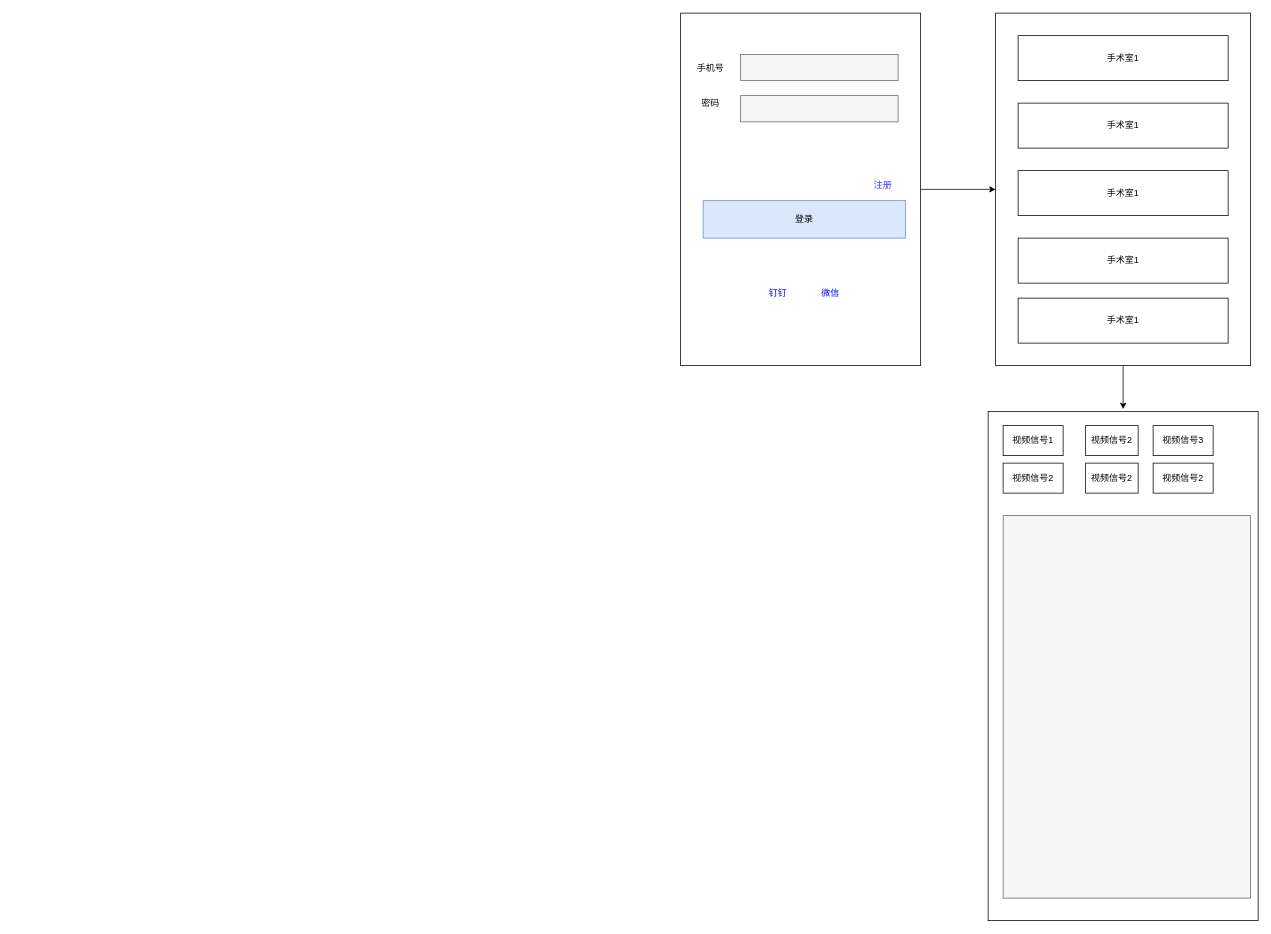
The draw.io diagram page "七牛云" (14 of 14) of Untitled Diagram.drawio in Easy119/box, before the edit. Source tidied: cells renumbered, new cells numbered last; positions are measured from the earlier drawing's top-left corner, leaving out a move shared by most shapes. Both pictures are drawn from the tidied source at 75%, with x=0, y=0 at pixel (680, 13).
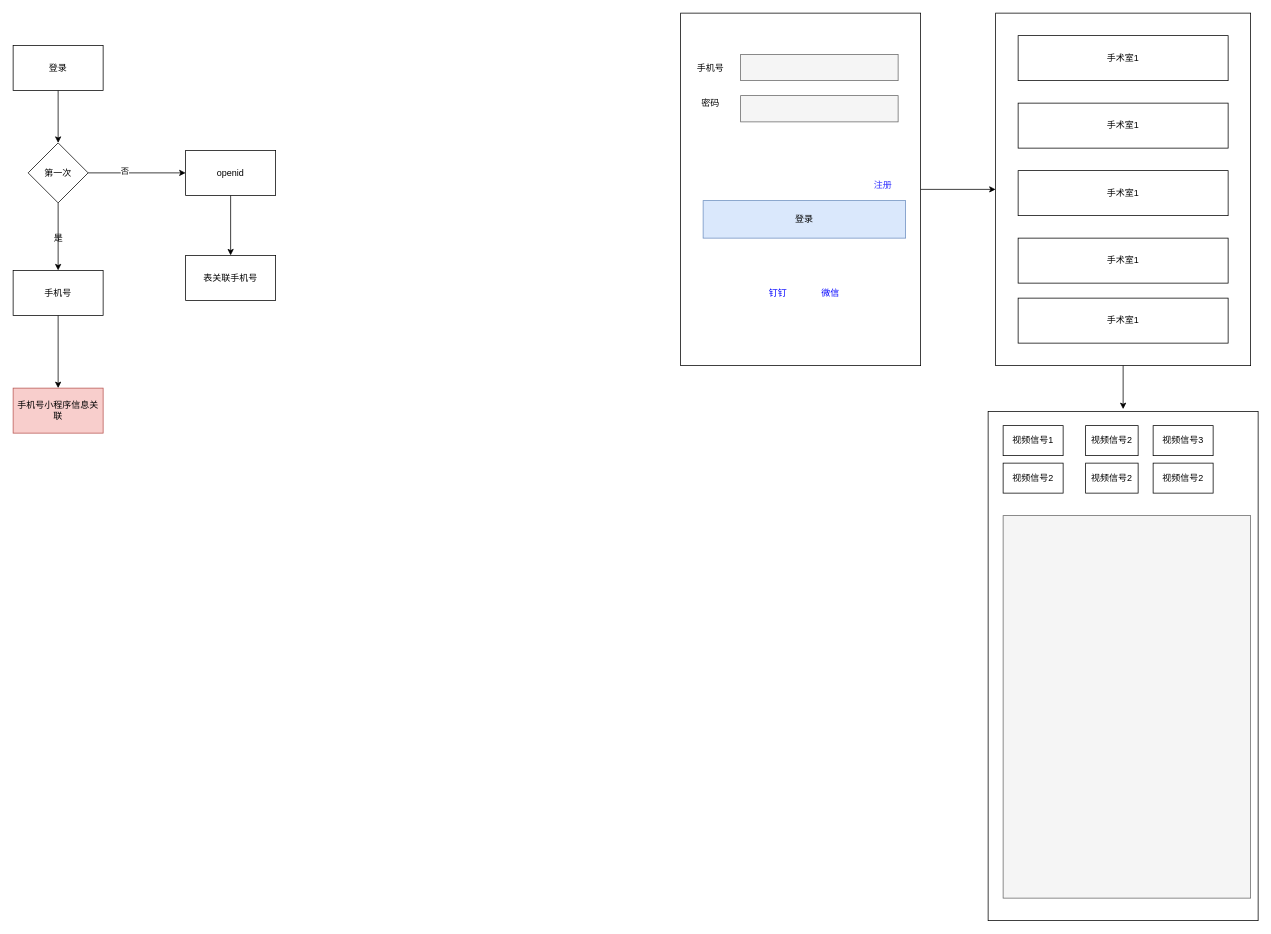
The same diagram, later.

Change to the diagram source:
```diff
@@
+    <mxCell id="27" style="edgeStyle=orthogonalEdgeStyle;rounded=0;jettySize=auto;html=1;" parent="1" edge="1" source="28" target="32">
+      <mxGeometry relative="1" as="geometry" />
+    </mxCell>
+    <mxCell id="28" value="登录" style="rounded=0;whiteSpace=wrap;html=1;" parent="1" vertex="1">
+      <mxGeometry x="-890" y="43" width="120" height="60" as="geometry" />
+    </mxCell>
+    <mxCell id="29" style="edgeStyle=orthogonalEdgeStyle;rounded=0;jettySize=auto;html=1;" parent="1" edge="1" source="32" target="34">
+      <mxGeometry relative="1" as="geometry" />
+    </mxCell>
+    <mxCell id="30" value="否" style="edgeLabel;html=1;align=center;verticalAlign=middle;" parent="29" vertex="1">
+      <mxGeometry x="-0.26" y="-2" relative="1" as="geometry">
+        <mxPoint y="-5" as="offset" />
+      </mxGeometry>
+    </mxCell>
+    <mxCell id="31" style="edgeStyle=orthogonalEdgeStyle;rounded=0;jettySize=auto;html=1;" parent="1" edge="1" source="32" target="36">
+      <mxGeometry relative="1" as="geometry" />
+    </mxCell>
+    <mxCell id="32" value="第一次" style="rhombus;whiteSpace=wrap;html=1;rounded=0;" parent="1" vertex="1">
+      <mxGeometry x="-870" y="173" width="80" height="80" as="geometry" />
+    </mxCell>
+    <mxCell id="33" style="edgeStyle=orthogonalEdgeStyle;rounded=0;jettySize=auto;html=1;" parent="1" edge="1" source="34" target="39">
+      <mxGeometry relative="1" as="geometry" />
+    </mxCell>
+    <mxCell id="34" value="openid" style="whiteSpace=wrap;html=1;rounded=0;" parent="1" vertex="1">
+      <mxGeometry x="-660" y="183" width="120" height="60" as="geometry" />
+    </mxCell>
+    <mxCell id="35" style="edgeStyle=orthogonalEdgeStyle;rounded=0;jettySize=auto;html=1;" parent="1" edge="1" source="36" target="38">
+      <mxGeometry relative="1" as="geometry" />
+    </mxCell>
+    <mxCell id="36" value="手机号" style="whiteSpace=wrap;html=1;rounded=0;" parent="1" vertex="1">
+      <mxGeometry x="-890" y="343" width="120" height="60" as="geometry" />
+    </mxCell>
+    <mxCell id="37" value="是" style="text;html=1;align=center;verticalAlign=middle;strokeColor=none;" parent="1" vertex="1">
+      <mxGeometry x="-845" y="290" width="30" height="20" as="geometry" />
+    </mxCell>
+    <mxCell id="38" value="手机号小程序信息关联" style="whiteSpace=wrap;html=1;rounded=0;fillColor=#f8cecc;strokeColor=#b85450;" parent="1" vertex="1">
+      <mxGeometry x="-890" y="500" width="120" height="60" as="geometry" />
+    </mxCell>
+    <mxCell id="39" value="表关联手机号" style="whiteSpace=wrap;html=1;rounded=0;" parent="1" vertex="1">
+      <mxGeometry x="-660" y="323" width="120" height="60" as="geometry" />
+    </mxCell>
```
